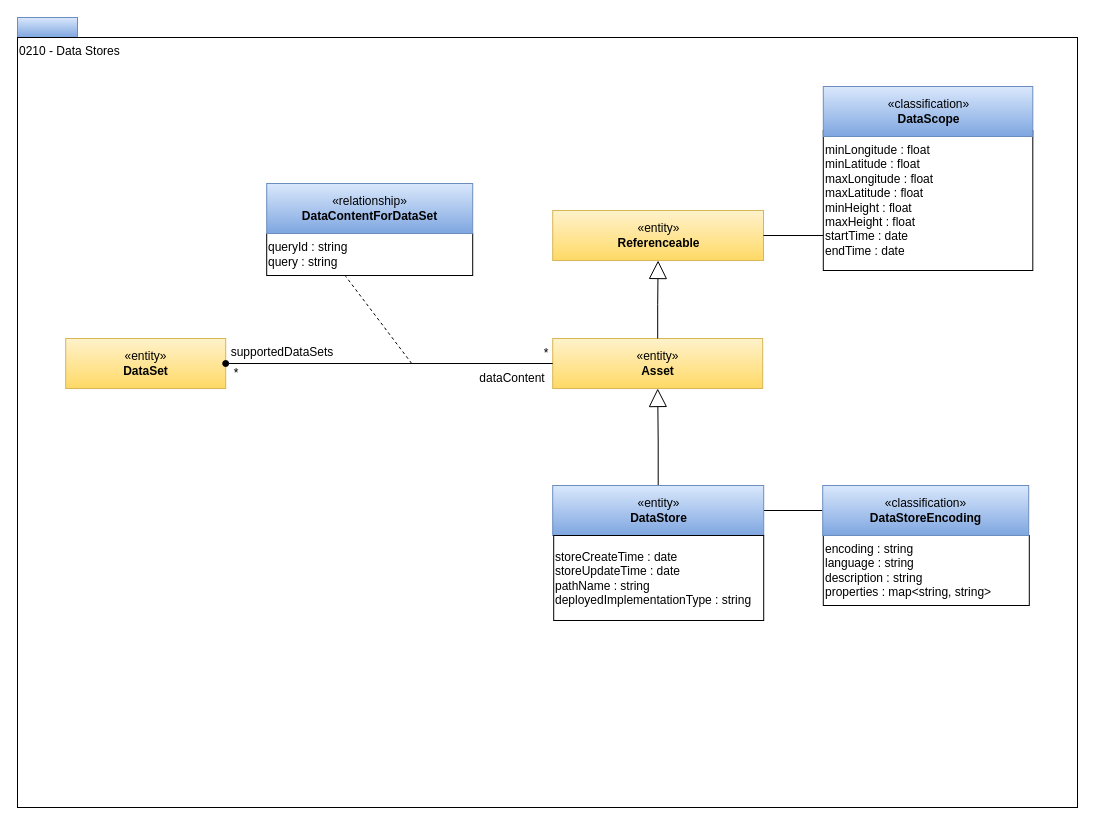
Earlier version of the draw.io diagram page "0210-Data-Stores" (5 of 25) of site/docs/types/2/area-2-assets.drawio (odpi/egeria-docs). Source tidied: cells renumbered, new cells numbered last; positions are measured from the earlier drawing's top-left corner, leaving out a move shared by most shapes. Both pictures are drawn from the tidied source at 100%, with x=0, y=0 at pixel (17, 17).
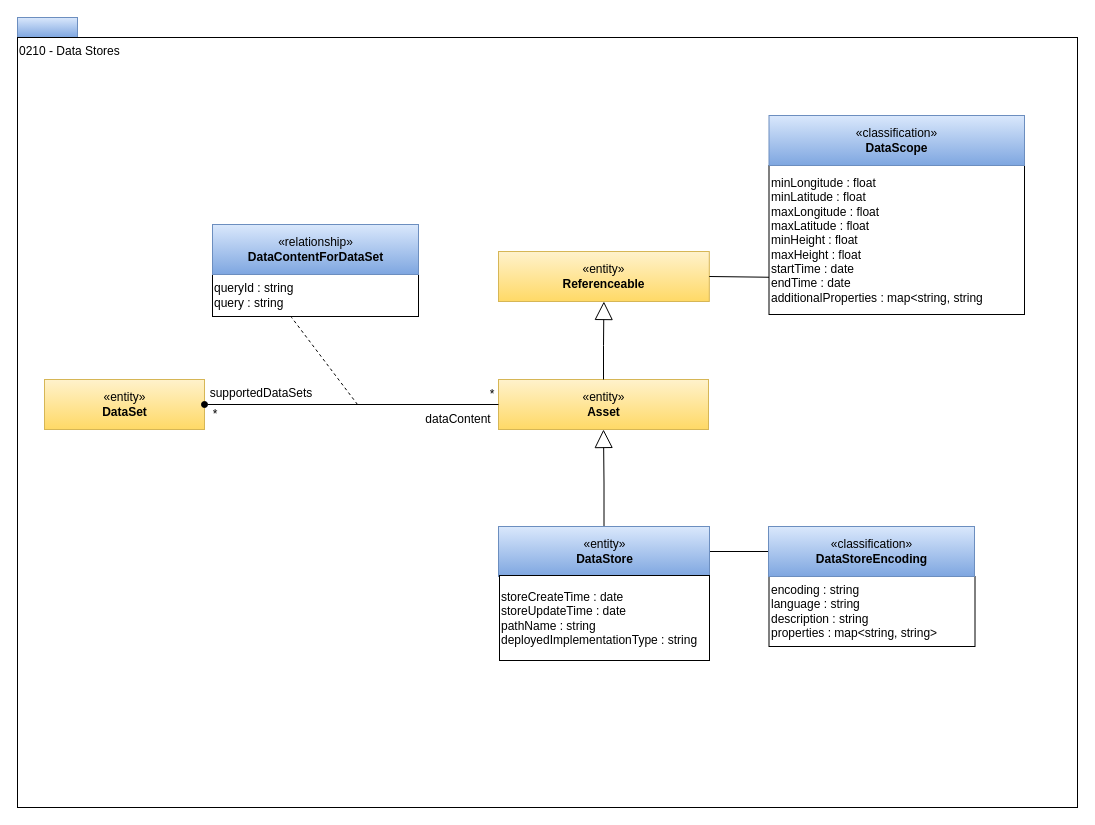
After the change.

Change to the diagram source:
```diff
@@
     <mxCell id="6" value="«entity»&lt;br&gt;&lt;b&gt;DataStore&lt;/b&gt;" style="html=1;strokeColor=#6c8ebf;align=center;fillColor=#dae8fc;gradientColor=#7ea6e0;" parent="1" vertex="1">
-      <mxGeometry x="535.2" y="468" width="211" height="50" as="geometry" />
+      <mxGeometry x="481" y="509" width="211" height="50" as="geometry" />
     </mxCell>
     <mxCell id="7" value="«entity»&lt;br&gt;&lt;b&gt;Asset&lt;/b&gt;" style="html=1;strokeColor=#d6b656;align=center;fillColor=#fff2cc;gradientColor=#ffd966;" parent="1" vertex="1">
-      <mxGeometry x="535.2" y="321" width="210" height="50" as="geometry" />
+      <mxGeometry x="481" y="362" width="210" height="50" as="geometry" />
     </mxCell>
     <mxCell id="8" value="«entity»&lt;br&gt;&lt;b&gt;DataSet&lt;/b&gt;" style="html=1;strokeColor=#d6b656;align=center;fillColor=#fff2cc;gradientColor=#ffd966;" parent="1" vertex="1">
-      <mxGeometry x="48.2" y="321" width="160" height="50" as="geometry" />
+      <mxGeometry x="27" y="362" width="160" height="50" as="geometry" />
     </mxCell>
@@
     <mxCell id="10" value="*" style="text;html=1;strokeColor=none;fillColor=none;align=center;verticalAlign=middle;whiteSpace=wrap;rounded=0;" parent="1" vertex="1">
-      <mxGeometry x="508.8" y="326" width="40" height="20" as="geometry" />
+      <mxGeometry x="454.5" y="367" width="40" height="20" as="geometry" />
     </mxCell>
     <mxCell id="11" value="dataContent" style="text;html=1;strokeColor=none;fillColor=none;align=center;verticalAlign=middle;whiteSpace=wrap;rounded=0;" parent="1" vertex="1">
-      <mxGeometry x="455.2" y="351" width="80" height="20" as="geometry" />
+      <mxGeometry x="401" y="392" width="80" height="20" as="geometry" />
     </mxCell>
     <mxCell id="12" value="supportedDataSets" style="text;html=1;strokeColor=none;fillColor=none;align=center;verticalAlign=middle;whiteSpace=wrap;rounded=0;" parent="1" vertex="1">
-      <mxGeometry x="215.2" y="325" width="100" height="20" as="geometry" />
+      <mxGeometry x="194" y="366" width="100" height="20" as="geometry" />
     </mxCell>
     <mxCell id="13" value="*" style="text;html=1;strokeColor=none;fillColor=none;align=center;verticalAlign=middle;whiteSpace=wrap;rounded=0;" parent="1" vertex="1">
-      <mxGeometry x="209.2" y="346" width="20" height="20" as="geometry" />
+      <mxGeometry x="188" y="387" width="20" height="20" as="geometry" />
     </mxCell>
     <mxCell id="14" style="endArrow=none;dashed=1;html=1;entryX=0.383;entryY=1.017;entryPerimeter=0;" parent="1" edge="1" target="15">
       <mxGeometry relative="1" as="geometry">
-        <mxPoint x="394.2" y="346" as="sourcePoint" />
+        <mxPoint x="340" y="387" as="sourcePoint" />
       </mxGeometry>
     </mxCell>
     <mxCell id="15" value="queryId : string&lt;br&gt;query : string" style="rounded=0;whiteSpace=wrap;html=1;strokeColor=#000000;gradientColor=#ffffff;align=left;" parent="1" vertex="1">
-      <mxGeometry x="249.2" y="216" width="206" height="42" as="geometry" />
+      <mxGeometry x="195" y="257" width="206" height="42" as="geometry" />
     </mxCell>
     <mxCell id="16" value="«relationship»&lt;br&gt;&lt;b&gt;DataContentForDataSet&lt;/b&gt;" style="html=1;strokeColor=#6c8ebf;align=center;fillColor=#dae8fc;gradientColor=#7ea6e0;" parent="1" vertex="1">
-      <mxGeometry x="249.2" y="166" width="206" height="50" as="geometry" />
+      <mxGeometry x="195" y="207" width="206" height="50" as="geometry" />
     </mxCell>
     <mxCell id="17" value="encoding : string&lt;br&gt;language : string&lt;br&gt;description : string&lt;br&gt;properties : map&amp;lt;string, string&amp;gt;&lt;br&gt;" style="rounded=0;whiteSpace=wrap;html=1;strokeColor=#000000;gradientColor=#ffffff;align=left;" parent="1" vertex="1">
-      <mxGeometry x="805.8" y="518" width="206" height="70" as="geometry" />
+      <mxGeometry x="751.5" y="559" width="206" height="70" as="geometry" />
     </mxCell>
     <mxCell id="18" value="«classification»&lt;br&gt;&lt;b&gt;DataStoreEncoding&lt;/b&gt;" style="html=1;strokeColor=#6c8ebf;align=center;fillColor=#dae8fc;gradientColor=#7ea6e0;" parent="1" vertex="1">
-      <mxGeometry x="805.2" y="468" width="206" height="50" as="geometry" />
+      <mxGeometry x="751" y="509" width="206" height="50" as="geometry" />
     </mxCell>
     <mxCell id="19" value="storeCreateTime : date&lt;br&gt;storeUpdateTime : date&lt;br&gt;pathName : string&lt;br&gt;deployedImplementationType : string" style="rounded=0;whiteSpace=wrap;html=1;strokeColor=#000000;gradientColor=#ffffff;align=left;" parent="1" vertex="1">
-      <mxGeometry x="536.2" y="518" width="210" height="85" as="geometry" />
+      <mxGeometry x="482" y="558" width="210" height="85" as="geometry" />
     </mxCell>
     <mxCell id="20" value="«entity»&lt;br&gt;&lt;b&gt;Referenceable&lt;/b&gt;" style="html=1;strokeColor=#d6b656;align=center;fillColor=#fff2cc;gradientColor=#ffd966;" parent="1" vertex="1">
-      <mxGeometry x="535.2" y="193" width="210.8" height="50" as="geometry" />
+      <mxGeometry x="481" y="234" width="210.8" height="50" as="geometry" />
     </mxCell>
@@
-    <mxCell id="22" value="minLongitude : float&lt;br&gt;minLatitude : float&lt;br style=&quot;border-color: var(--border-color);&quot;&gt;maxLongitude : float&lt;br style=&quot;border-color: var(--border-color);&quot;&gt;maxLatitude : float&lt;br&gt;minHeight : float&lt;br&gt;maxHeight : float&lt;br&gt;startTime : date&lt;br&gt;endTime : date" style="rounded=0;whiteSpace=wrap;html=1;strokeColor=#000000;gradientColor=#ffffff;align=left;" parent="1" vertex="1">
-      <mxGeometry x="805.8" y="113" width="209.5" height="140" as="geometry" />
+    <mxCell id="22" value="minLongitude : float&lt;br&gt;minLatitude : float&lt;br style=&quot;border-color: var(--border-color);&quot;&gt;maxLongitude : float&lt;br style=&quot;border-color: var(--border-color);&quot;&gt;maxLatitude : float&lt;br&gt;minHeight : float&lt;br&gt;maxHeight : float&lt;br&gt;startTime : date&lt;br&gt;endTime : date&lt;br&gt;additionalProperties : map&amp;lt;string, string" style="rounded=0;whiteSpace=wrap;html=1;strokeColor=#000000;gradientColor=#ffffff;align=left;" parent="1" vertex="1">
+      <mxGeometry x="751.5" y="148" width="255.5" height="149" as="geometry" />
     </mxCell>
     <mxCell id="23" value="«classification»&lt;br&gt;&lt;b&gt;DataScope&lt;/b&gt;" style="html=1;strokeColor=#6c8ebf;align=center;fillColor=#dae8fc;gradientColor=#7ea6e0;" parent="1" vertex="1">
-      <mxGeometry x="805.8" y="69" width="209.5" height="50" as="geometry" />
+      <mxGeometry x="751.5" y="98" width="255.5" height="50" as="geometry" />
     </mxCell>
```
